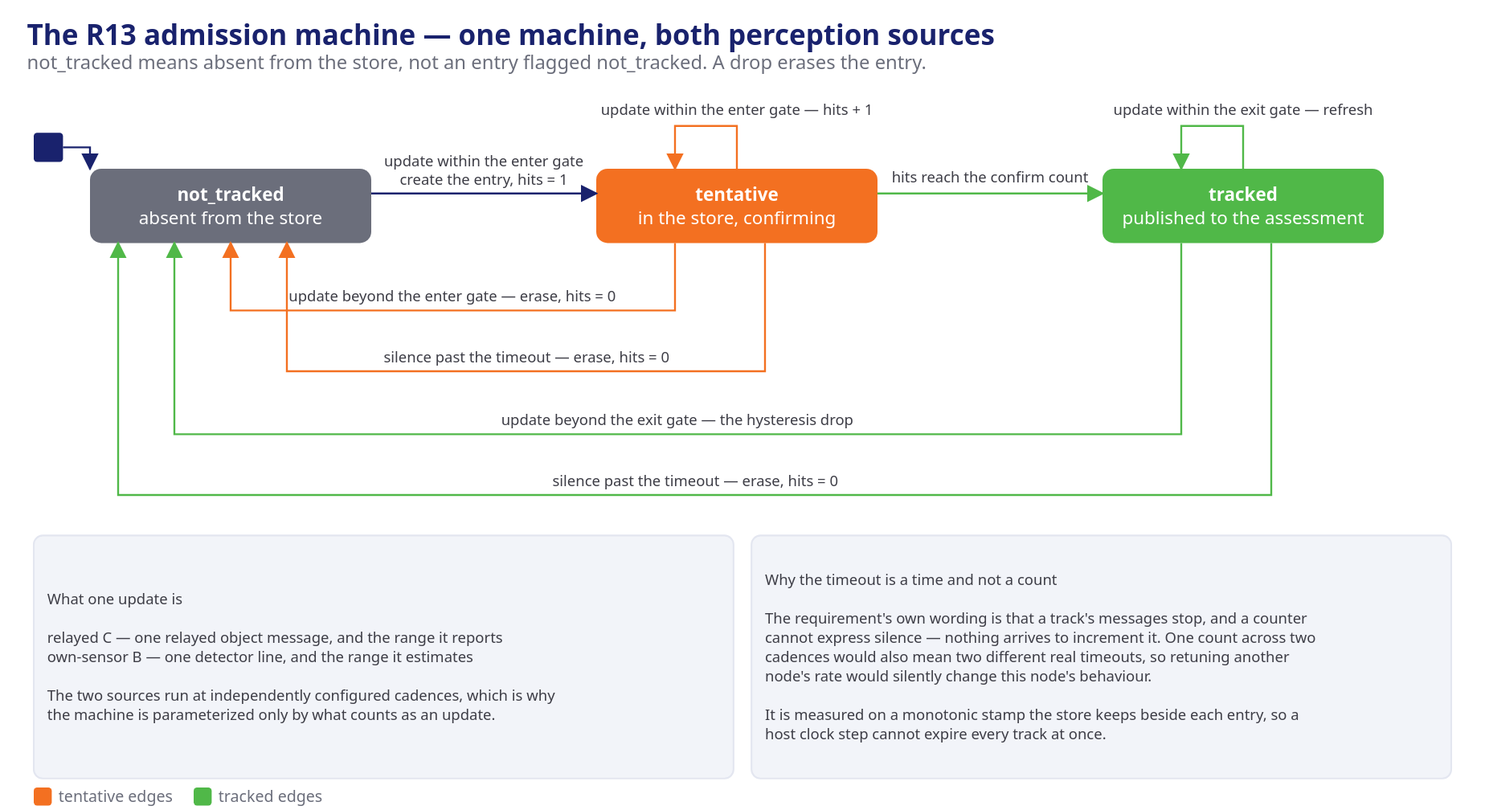
The draw.io diagram presentation/assets/phase2-4-ada-admission.svg in mnpham2101/FPT-Hackathon2026, before a commit. Source tidied: cells renumbered, new cells last; positions are measured from the earlier drawing's top-left corner, leaving out a move shared by most shapes. Its diagram source:
```xml
<mxGraphModel>
  <root>
    <mxCell id="0" />
    <mxCell id="1" parent="0" />
    <mxCell id="2" value="The R13 admission machine — one machine, both perception sources" style="text;html=1;align=left;verticalAlign=middle;fontSize=25.0;fontColor=#19226D;fontStyle=1;" parent="1" vertex="1">
      <mxGeometry width="1272" height="22" as="geometry" />
    </mxCell>
    <mxCell id="3" value="not_tracked means absent from the store, not an entry flagged not_tracked. A drop erases the entry." style="text;html=1;align=left;verticalAlign=middle;fontSize=17.0;fontColor=#6b6e7b;fontStyle=0;" parent="1" vertex="1">
      <mxGeometry y="24" width="1272" height="22" as="geometry" />
    </mxCell>
    <mxCell id="4" value="not_tracked&#10;absent from the store" style="rounded=1;arcSize=10;html=1;fillColor=#6b6e7b;strokeColor=none;fontColor=#ffffff;fontSize=16.0;fontStyle=1;whiteSpace=wrap;verticalAlign=middle;align=center;" parent="1" vertex="1">
      <mxGeometry x="56" y="130" width="250" height="66" as="geometry" />
    </mxCell>
    <mxCell id="5" value="tentative&#10;in the store, confirming" style="rounded=1;arcSize=10;html=1;fillColor=#F37021;strokeColor=none;fontColor=#ffffff;fontSize=16.0;fontStyle=1;whiteSpace=wrap;verticalAlign=middle;align=center;" parent="1" vertex="1">
      <mxGeometry x="506" y="130" width="250" height="66" as="geometry" />
    </mxCell>
    <mxCell id="6" value="tracked&#10;published to the assessment" style="rounded=1;arcSize=10;html=1;fillColor=#50B848;strokeColor=none;fontColor=#ffffff;fontSize=16.0;fontStyle=1;whiteSpace=wrap;verticalAlign=middle;align=center;" parent="1" vertex="1">
      <mxGeometry x="956" y="130" width="250" height="66" as="geometry" />
    </mxCell>
    <mxCell id="7" style="rounded=1;arcSize=3;html=1;fillColor=#19226D;strokeColor=none;fontColor=#ffffff;fontSize=16.0;fontStyle=1;whiteSpace=wrap;verticalAlign=middle;align=center;" parent="1" vertex="1">
      <mxGeometry x="6" y="98" width="26" height="26" as="geometry" />
    </mxCell>
    <mxCell id="8" style="html=1;endArrow=block;endFill=1;strokeColor=#19226D;edgeStyle=orthogonalEdgeStyle;rounded=0;fontSize=14.0;fontColor=#3d3d46;labelBackgroundColor=none;" parent="1" edge="1">
      <mxGeometry relative="1" as="geometry">
        <mxPoint x="32" y="111" as="sourcePoint" />
        <mxPoint x="56" y="130" as="targetPoint" />
        <Array as="points">
          <mxPoint x="56" y="111" />
        </Array>
      </mxGeometry>
    </mxCell>
    <mxCell id="9" value="update within the enter gate&#10;create the entry, hits = 1" style="html=1;endArrow=block;endFill=1;strokeColor=#19226D;edgeStyle=orthogonalEdgeStyle;rounded=0;fontSize=13.2;fontColor=#3d3d46;labelBackgroundColor=none;" parent="1" edge="1">
      <mxGeometry relative="1" as="geometry">
        <mxPoint x="306" y="152" as="sourcePoint" />
        <mxPoint x="506" y="152" as="targetPoint" />
      </mxGeometry>
    </mxCell>
    <mxCell id="10" value="hits reach the confirm count" style="html=1;endArrow=block;endFill=1;strokeColor=#50B848;edgeStyle=orthogonalEdgeStyle;rounded=0;fontSize=13.2;fontColor=#3d3d46;labelBackgroundColor=none;" parent="1" edge="1">
      <mxGeometry relative="1" as="geometry">
        <mxPoint x="756" y="152" as="sourcePoint" />
        <mxPoint x="956" y="152" as="targetPoint" />
      </mxGeometry>
    </mxCell>
    <mxCell id="11" value="update within the enter gate — hits + 1" style="html=1;endArrow=block;endFill=1;strokeColor=#F37021;edgeStyle=orthogonalEdgeStyle;rounded=0;fontSize=13.2;fontColor=#3d3d46;labelBackgroundColor=none;" parent="1" edge="1">
      <mxGeometry relative="1" as="geometry">
        <mxPoint x="631" y="130" as="sourcePoint" />
        <mxPoint x="576" y="130" as="targetPoint" />
        <Array as="points">
          <mxPoint x="631" y="92" />
          <mxPoint x="576" y="92" />
        </Array>
      </mxGeometry>
    </mxCell>
    <mxCell id="12" value="update within the exit gate — refresh" style="html=1;endArrow=block;endFill=1;strokeColor=#50B848;edgeStyle=orthogonalEdgeStyle;rounded=0;fontSize=13.2;fontColor=#3d3d46;labelBackgroundColor=none;" parent="1" edge="1">
      <mxGeometry relative="1" as="geometry">
        <mxPoint x="1081" y="130" as="sourcePoint" />
        <mxPoint x="1026" y="130" as="targetPoint" />
        <Array as="points">
          <mxPoint x="1081" y="92" />
          <mxPoint x="1026" y="92" />
        </Array>
      </mxGeometry>
    </mxCell>
    <mxCell id="13" value="update beyond the enter gate — erase, hits = 0" style="html=1;endArrow=block;endFill=1;strokeColor=#F37021;edgeStyle=orthogonalEdgeStyle;rounded=0;fontSize=13.2;fontColor=#3d3d46;labelBackgroundColor=none;" parent="1" edge="1">
      <mxGeometry relative="1" as="geometry">
        <mxPoint x="576" y="196" as="sourcePoint" />
        <mxPoint x="181" y="196" as="targetPoint" />
        <Array as="points">
          <mxPoint x="576" y="256" />
          <mxPoint x="181" y="256" />
        </Array>
      </mxGeometry>
    </mxCell>
    <mxCell id="14" value="silence past the timeout — erase, hits = 0" style="html=1;endArrow=block;endFill=1;strokeColor=#F37021;edgeStyle=orthogonalEdgeStyle;rounded=0;fontSize=13.2;fontColor=#3d3d46;labelBackgroundColor=none;" parent="1" edge="1">
      <mxGeometry relative="1" as="geometry">
        <mxPoint x="656" y="196" as="sourcePoint" />
        <mxPoint x="231" y="196" as="targetPoint" />
        <Array as="points">
          <mxPoint x="656" y="310" />
          <mxPoint x="231" y="310" />
        </Array>
      </mxGeometry>
    </mxCell>
    <mxCell id="15" value="update beyond the exit gate — the hysteresis drop" style="html=1;endArrow=block;endFill=1;strokeColor=#50B848;edgeStyle=orthogonalEdgeStyle;rounded=0;fontSize=13.2;fontColor=#3d3d46;labelBackgroundColor=none;" parent="1" edge="1">
      <mxGeometry relative="1" as="geometry">
        <mxPoint x="1026" y="196" as="sourcePoint" />
        <mxPoint x="131" y="196" as="targetPoint" />
        <Array as="points">
          <mxPoint x="1026" y="366" />
          <mxPoint x="131" y="366" />
        </Array>
      </mxGeometry>
    </mxCell>
    <mxCell id="16" value="silence past the timeout — erase, hits = 0" style="html=1;endArrow=block;endFill=1;strokeColor=#50B848;edgeStyle=orthogonalEdgeStyle;rounded=0;fontSize=13.2;fontColor=#3d3d46;labelBackgroundColor=none;" parent="1" edge="1">
      <mxGeometry relative="1" as="geometry">
        <mxPoint x="1106" y="196" as="sourcePoint" />
        <mxPoint x="81" y="196" as="targetPoint" />
        <Array as="points">
          <mxPoint x="1106" y="420" />
          <mxPoint x="81" y="420" />
        </Array>
      </mxGeometry>
    </mxCell>
    <mxCell id="17" value="What one update is&#10;&#10;relayed C — one relayed object message, and the range it reports&#10;own-sensor B — one detector line, and the range it estimates&#10;&#10;The two sources run at independently configured cadences, which is why&#10;the machine is parameterized only by what counts as an update." style="rounded=1;arcSize=8;html=1;fillColor=#f2f4f9;strokeColor=#e3e6f0;fontColor=#3d3d46;fontSize=13.2;fontStyle=0;whiteSpace=wrap;verticalAlign=middle;align=left;" parent="1" vertex="1">
      <mxGeometry x="6" y="456" width="622" height="216" as="geometry" />
    </mxCell>
    <mxCell id="18" value="Why the timeout is a time and not a count&#10;&#10;The requirement's own wording is that a track's messages stop, and a counter&#10;cannot express silence — nothing arrives to increment it. One count across two&#10;cadences would also mean two different real timeouts, so retuning another&#10;node's rate would silently change this node's behaviour.&#10;&#10;It is measured on a monotonic stamp the store keeps beside each entry, so a&#10;host clock step cannot expire every track at once." style="rounded=1;arcSize=8;html=1;fillColor=#f2f4f9;strokeColor=#e3e6f0;fontColor=#3d3d46;fontSize=13.2;fontStyle=0;whiteSpace=wrap;verticalAlign=middle;align=left;" parent="1" vertex="1">
      <mxGeometry x="644" y="456" width="622" height="216" as="geometry" />
    </mxCell>
    <mxCell id="19" style="rounded=1;arcSize=3;html=1;fillColor=#F37021;strokeColor=none;fontColor=#ffffff;fontSize=14.0;fontStyle=1;whiteSpace=wrap;verticalAlign=middle;align=center;" parent="1" vertex="1">
      <mxGeometry x="6" y="680" width="16" height="16" as="geometry" />
    </mxCell>
    <mxCell id="20" value="tentative edges" style="text;html=1;align=left;verticalAlign=middle;fontSize=14.0;fontColor=#6b6e7b;fontStyle=0;" parent="1" vertex="1">
      <mxGeometry x="28" y="678" width="120" height="20" as="geometry" />
    </mxCell>
    <mxCell id="21" style="rounded=1;arcSize=3;html=1;fillColor=#50B848;strokeColor=none;fontColor=#ffffff;fontSize=14.0;fontStyle=1;whiteSpace=wrap;verticalAlign=middle;align=center;" parent="1" vertex="1">
      <mxGeometry x="148.2" y="680" width="16" height="16" as="geometry" />
    </mxCell>
    <mxCell id="22" value="tracked edges" style="text;html=1;align=left;verticalAlign=middle;fontSize=14.0;fontColor=#6b6e7b;fontStyle=0;" parent="1" vertex="1">
      <mxGeometry x="170.2" y="678" width="105" height="20" as="geometry" />
    </mxCell>
  </root>
</mxGraphModel>
```
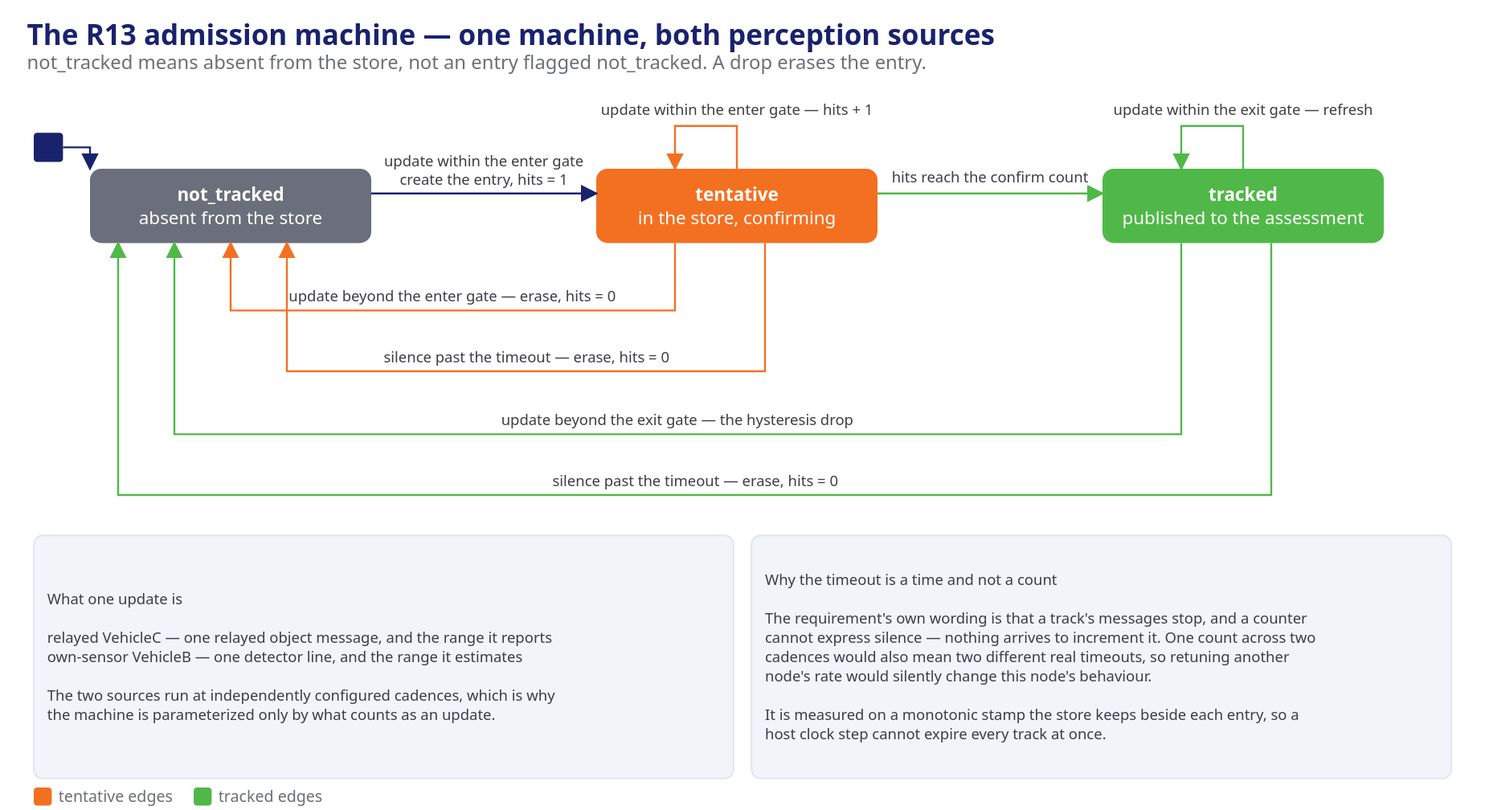
After the commit.

Diff of the diagram source:
```diff
@@ -101,7 +101,7 @@
         </Array>
       </mxGeometry>
     </mxCell>
-    <mxCell id="17" value="What one update is&#10;&#10;relayed C — one relayed object message, and the range it reports&#10;own-sensor B — one detector line, and the range it estimates&#10;&#10;The two sources run at independently configured cadences, which is why&#10;the machine is parameterized only by what counts as an update." style="rounded=1;arcSize=8;html=1;fillColor=#f2f4f9;strokeColor=#e3e6f0;fontColor=#3d3d46;fontSize=13.2;fontStyle=0;whiteSpace=wrap;verticalAlign=middle;align=left;" parent="1" vertex="1">
+    <mxCell id="17" value="What one update is&#10;&#10;relayed VehicleC — one relayed object message, and the range it reports&#10;own-sensor VehicleB — one detector line, and the range it estimates&#10;&#10;The two sources run at independently configured cadences, which is why&#10;the machine is parameterized only by what counts as an update." style="rounded=1;arcSize=8;html=1;fillColor=#f2f4f9;strokeColor=#e3e6f0;fontColor=#3d3d46;fontSize=13.2;fontStyle=0;whiteSpace=wrap;verticalAlign=middle;align=left;" parent="1" vertex="1">
       <mxGeometry x="6" y="456" width="622" height="216" as="geometry" />
     </mxCell>
     <mxCell id="18" value="Why the timeout is a time and not a count&#10;&#10;The requirement's own wording is that a track's messages stop, and a counter&#10;cannot express silence — nothing arrives to increment it. One count across two&#10;cadences would also mean two different real timeouts, so retuning another&#10;node's rate would silently change this node's behaviour.&#10;&#10;It is measured on a monotonic stamp the store keeps beside each entry, so a&#10;host clock step cannot expire every track at once." style="rounded=1;arcSize=8;html=1;fillColor=#f2f4f9;strokeColor=#e3e6f0;fontColor=#3d3d46;fontSize=13.2;fontStyle=0;whiteSpace=wrap;verticalAlign=middle;align=left;" parent="1" vertex="1">
```
